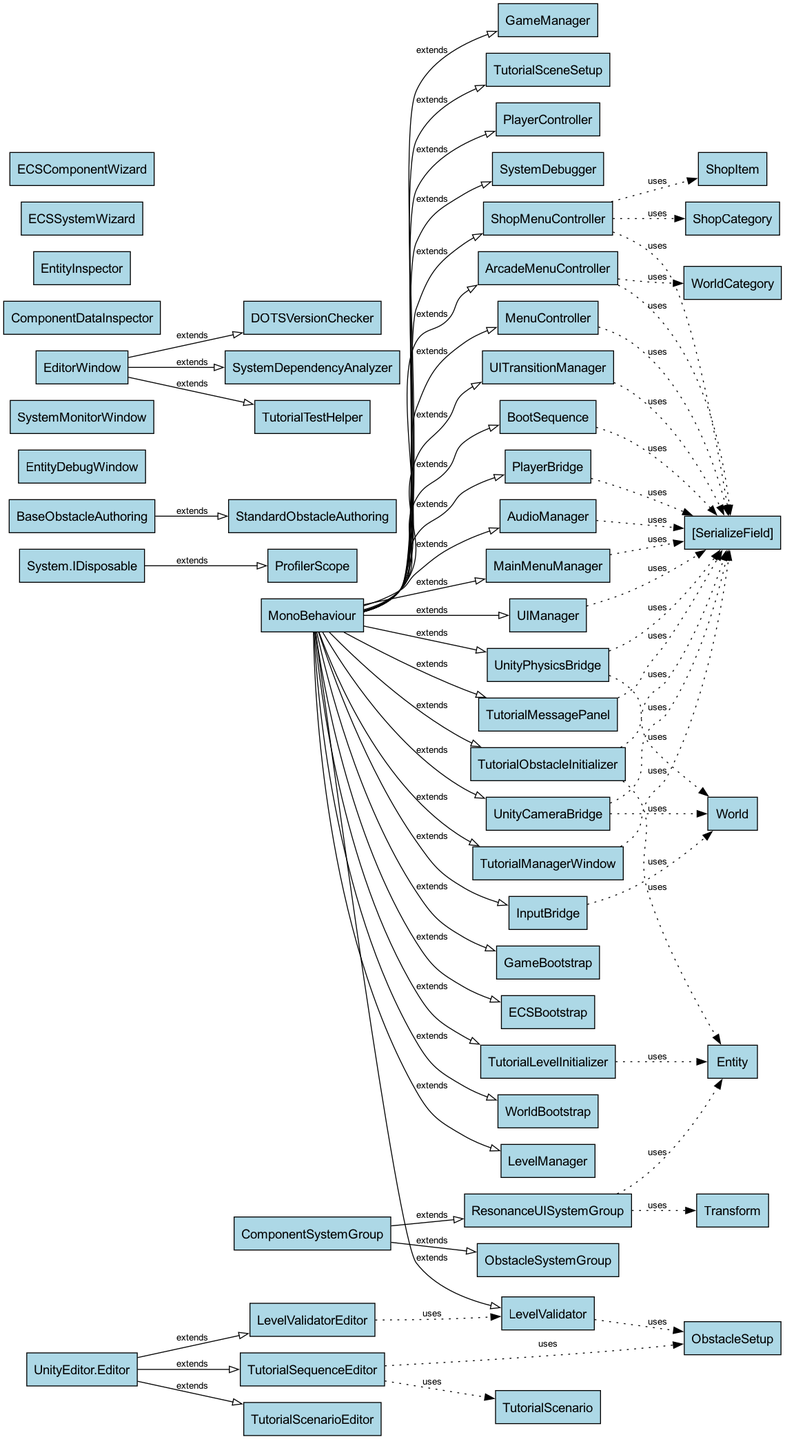
gianlucaricaldone/RunawayHeroes keeps this Graphviz diagram as Documentation/class_dependencies.png. Above is the earlier version. Its source is kept beside it as Documentation/class_dependencies.dot.
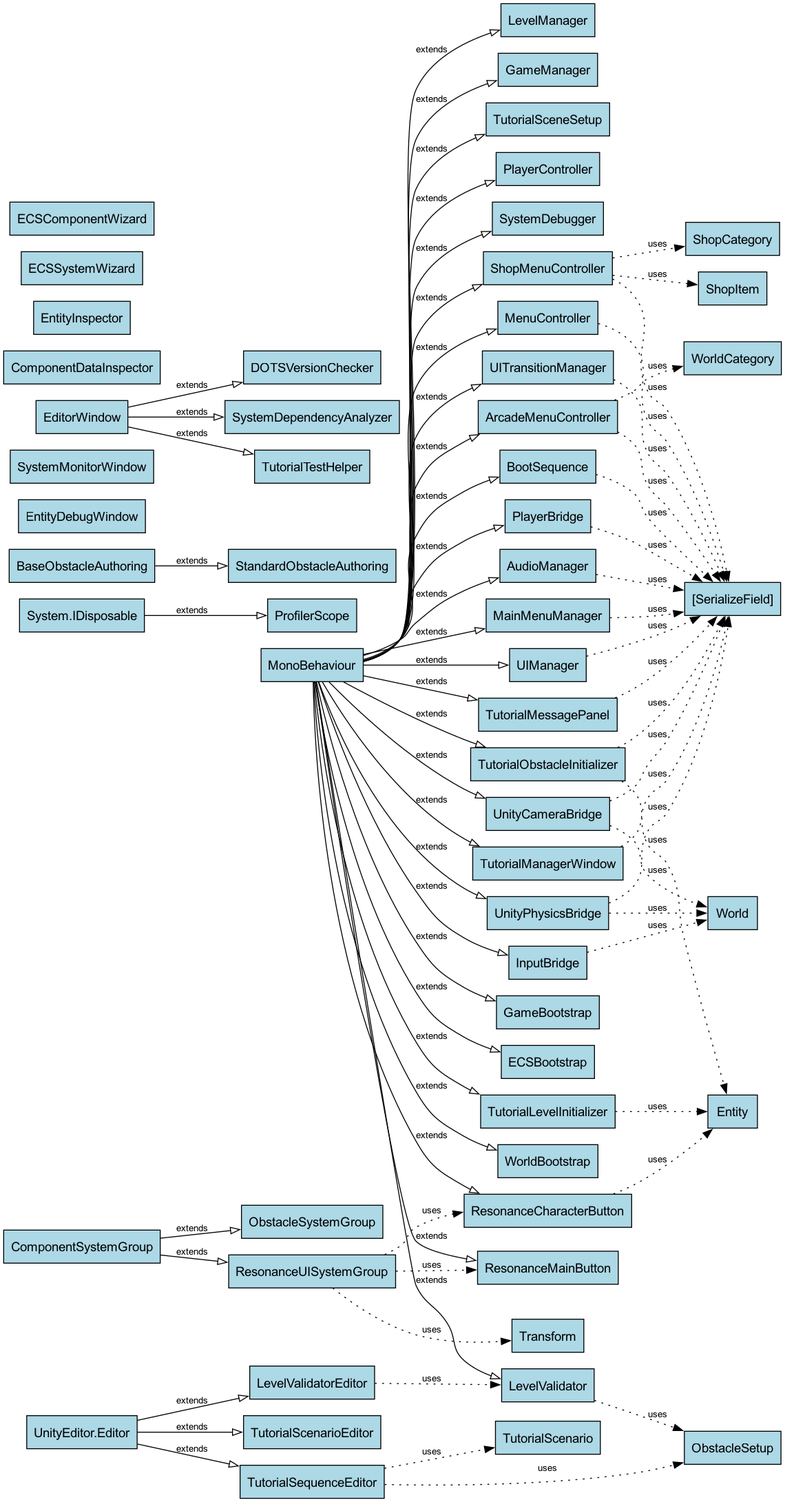
After the change.

The edit, as a diff of the source:
```diff
@@ -77,8 +77,14 @@
   "System.IDisposable" -> "ProfilerScope" [arrowhead=empty, style=solid, label="extends"];
   "ResonanceUISystemGroup" [tooltip="File: ResonanceUISystem.cs"];
   "ComponentSystemGroup" -> "ResonanceUISystemGroup" [arrowhead=empty, style=solid, label="extends"];
-  "ResonanceUISystemGroup" -> "Entity" [style=dotted, label="uses"];
+  "ResonanceUISystemGroup" -> "ResonanceCharacterButton" [style=dotted, label="uses"];
+  "ResonanceUISystemGroup" -> "ResonanceMainButton" [style=dotted, label="uses"];
   "ResonanceUISystemGroup" -> "Transform" [style=dotted, label="uses"];
+  "ResonanceCharacterButton" [tooltip="File: ResonanceCharacterButton.cs"];
+  "MonoBehaviour" -> "ResonanceCharacterButton" [arrowhead=empty, style=solid, label="extends"];
+  "ResonanceCharacterButton" -> "Entity" [style=dotted, label="uses"];
+  "ResonanceMainButton" [tooltip="File: ResonanceMainButton.cs"];
+  "MonoBehaviour" -> "ResonanceMainButton" [arrowhead=empty, style=solid, label="extends"];
   "ObstacleSystemGroup" [tooltip="File: ObstacleSystemGroup.cs"];
   "ComponentSystemGroup" -> "ObstacleSystemGroup" [arrowhead=empty, style=solid, label="extends"];
   "StandardObstacleAuthoring" [tooltip="File: ObstacleAuthoringComponents.cs"];
```
